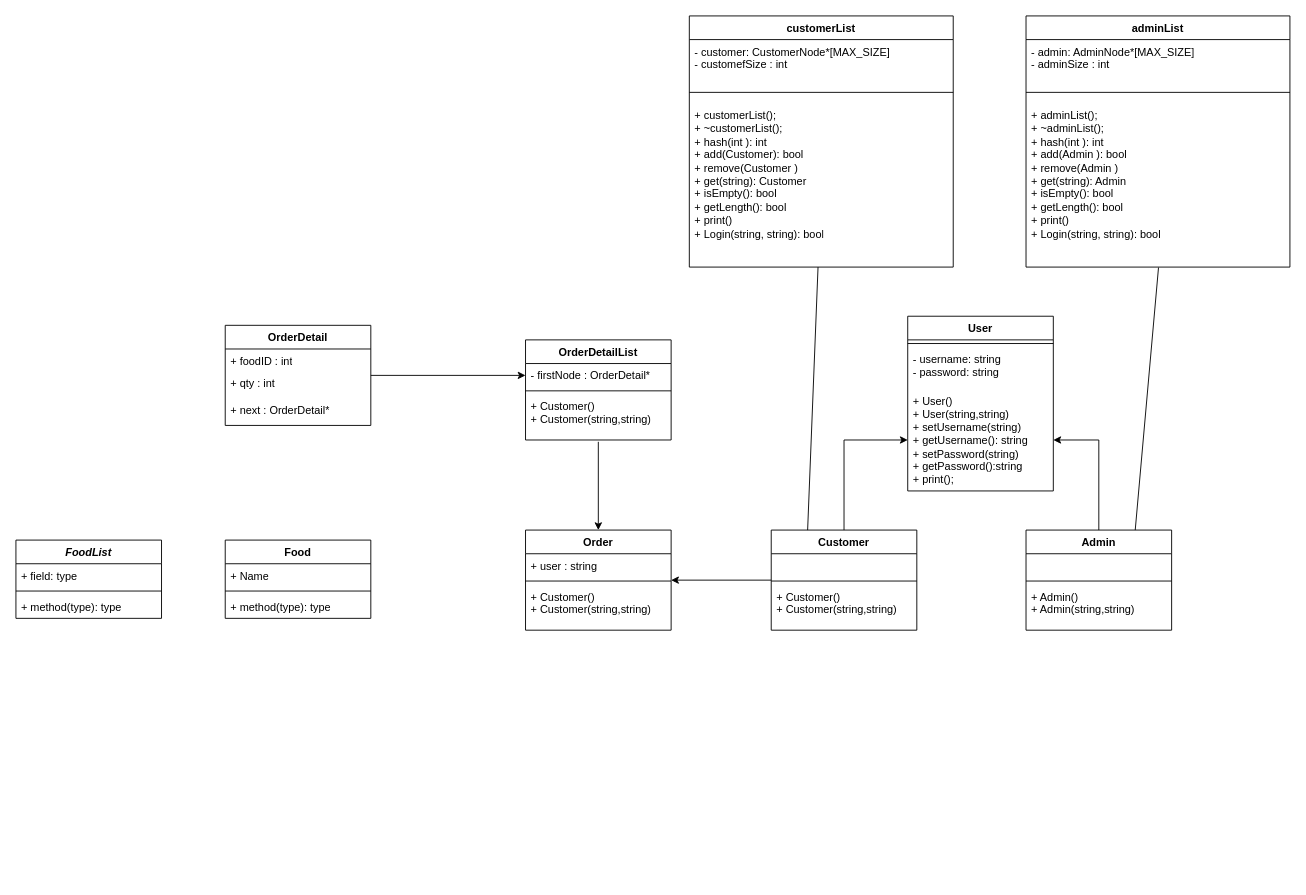
Before: Assginment.drawio in a1dss/DSA_Assignment, a draw.io diagram. Source tidied: cells renumbered, new cells numbered last; positions are measured from the earlier drawing's top-left corner, leaving out a move shared by most shapes. Both pictures are drawn from the tidied source at 91%, with x=0, y=0 at pixel (15, 15).
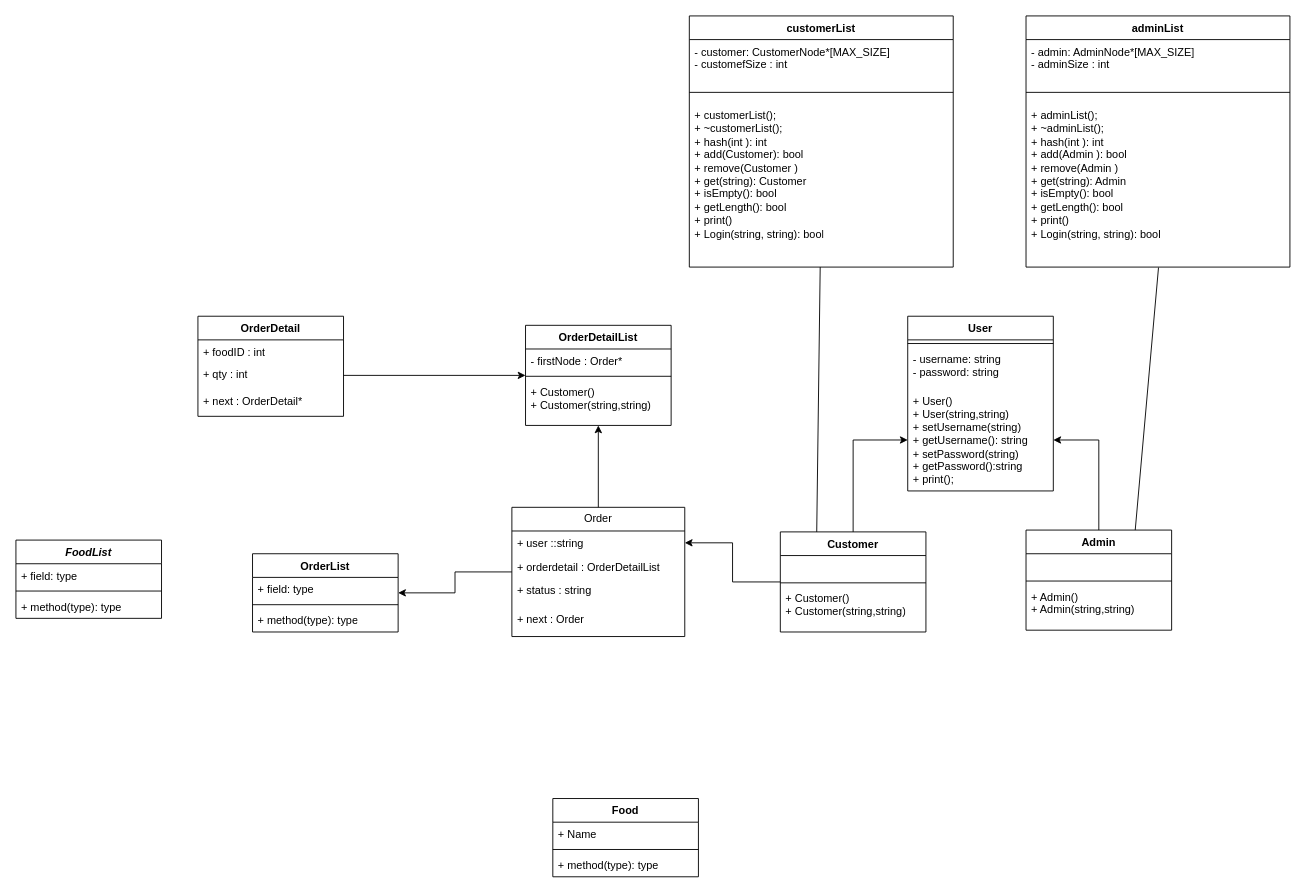
After the change.

The change refers to these unchanged cells:
```xml
<mxCell id="45" value="+ qty : int" style="text;strokeColor=none;fillColor=none;align=left;verticalAlign=top;spacingLeft=4;spacingRight=4;overflow=hidden;points=[[0,0.5],[1,0.5]];portConstraint=eastwest;whiteSpace=wrap;html=1;" parent="43" vertex="1">
  <mxGeometry y="50" width="160" height="30" as="geometry" />
</mxCell>
```

The edit, as a diff of the source:
```diff
@@
-    <mxCell id="6" style="edgeStyle=orthogonalEdgeStyle;rounded=0;jettySize=auto;html=1;" parent="1" edge="1" source="7" target="25">
-      <mxGeometry relative="1" as="geometry" />
-    </mxCell>
+    <mxCell id="49" style="edgeStyle=orthogonalEdgeStyle;rounded=0;jettySize=auto;html=1;" parent="1" edge="1" source="7" target="56">
+      <mxGeometry relative="1" as="geometry" />
+    </mxCell>
     <mxCell id="7" value="Customer" style="swimlane;fontStyle=1;align=center;verticalAlign=top;horizontal=1;startSize=26;whiteSpace=wrap;html=1;" parent="1" vertex="1">
-      <mxGeometry x="830" y="565" width="160" height="110" as="geometry" />
+      <mxGeometry x="840" y="567" width="160" height="110" as="geometry" />
     </mxCell>
@@
-    <mxCell id="25" value="Order" style="swimlane;fontStyle=1;align=center;verticalAlign=top;horizontal=1;startSize=26;whiteSpace=wrap;html=1;" parent="1" vertex="1">
-      <mxGeometry x="560" y="565" width="160" height="110" as="geometry" />
-    </mxCell>
-    <mxCell id="26" value="+ user : string" style="text;strokeColor=none;fillColor=none;align=left;verticalAlign=top;spacingLeft=4;spacingRight=4;overflow=hidden;whiteSpace=wrap;html=1;" parent="25" vertex="1">
-      <mxGeometry y="26" width="160" height="26" as="geometry" />
-    </mxCell>
-    <mxCell id="27" style="line;strokeWidth=1;fillColor=none;align=left;verticalAlign=middle;spacingTop=-1;spacingLeft=3;spacingRight=3;labelPosition=right;strokeColor=inherit;" parent="25" vertex="1">
-      <mxGeometry y="52" width="160" height="8" as="geometry" />
-    </mxCell>
-    <mxCell id="28" value="+ Customer()&lt;br style=&quot;border-color: var(--border-color);&quot;&gt;+ Customer(string,string)" style="text;strokeColor=none;fillColor=none;align=left;verticalAlign=top;spacingLeft=4;spacingRight=4;overflow=hidden;whiteSpace=wrap;html=1;" parent="25" vertex="1">
-      <mxGeometry y="60" width="160" height="50" as="geometry" />
-    </mxCell>
     <mxCell id="29" value="OrderDetailList" style="swimlane;fontStyle=1;align=center;verticalAlign=top;horizontal=1;startSize=26;whiteSpace=wrap;html=1;" parent="1" vertex="1">
-      <mxGeometry x="560" y="356" width="160" height="110" as="geometry" />
+      <mxGeometry x="560" y="340" width="160" height="110" as="geometry" />
     </mxCell>
-    <mxCell id="30" value="- firstNode : OrderDetail*" style="text;strokeColor=none;fillColor=none;align=left;verticalAlign=top;spacingLeft=4;spacingRight=4;overflow=hidden;points=[[0,0.5],[1,0.5]];portConstraint=eastwest;whiteSpace=wrap;html=1;" parent="29" vertex="1">
+    <mxCell id="30" value="- firstNode : Order*" style="text;strokeColor=none;fillColor=none;align=left;verticalAlign=top;spacingLeft=4;spacingRight=4;overflow=hidden;points=[[0,0.5],[1,0.5]];portConstraint=eastwest;whiteSpace=wrap;html=1;" parent="29" vertex="1">
       <mxGeometry y="26" width="160" height="26" as="geometry" />
     </mxCell>
@@
-    <mxCell id="33" style="edgeStyle=orthogonalEdgeStyle;rounded=0;jettySize=auto;html=1;" parent="1" edge="1" target="25">
-      <mxGeometry relative="1" as="geometry">
-        <mxPoint x="640" y="468" as="sourcePoint" />
-        <Array as="points">
-          <mxPoint x="640" y="468" />
-        </Array>
-      </mxGeometry>
-    </mxCell>
@@
     <mxCell id="38" value="Food" style="swimlane;fontStyle=1;align=center;verticalAlign=top;horizontal=1;startSize=26;whiteSpace=wrap;html=1;" parent="1" vertex="1">
-      <mxGeometry x="230" y="576" width="160" height="86" as="geometry" />
+      <mxGeometry x="590" y="860" width="160" height="86" as="geometry" />
     </mxCell>
@@
-    <mxCell id="42" style="edgeStyle=orthogonalEdgeStyle;rounded=0;jettySize=auto;html=1;entryX=0;entryY=0.5;entryDx=0;entryDy=0;" parent="1" edge="1" source="43" target="30">
-      <mxGeometry relative="1" as="geometry" />
-    </mxCell>
     <mxCell id="43" value="OrderDetail" style="swimlane;fontStyle=1;align=center;verticalAlign=top;horizontal=1;startSize=26;whiteSpace=wrap;html=1;" parent="1" vertex="1">
-      <mxGeometry x="230" y="340" width="160" height="110" as="geometry" />
+      <mxGeometry x="200" y="330" width="160" height="110" as="geometry" />
     </mxCell>
@@
+    <mxCell id="50" style="edgeStyle=orthogonalEdgeStyle;rounded=0;jettySize=auto;html=1;" parent="1" edge="1" source="45" target="29">
+      <mxGeometry relative="1" as="geometry" />
+    </mxCell>
@@
+    <mxCell id="51" value="OrderList" style="swimlane;fontStyle=1;align=center;verticalAlign=top;horizontal=1;startSize=26;whiteSpace=wrap;html=1;" parent="1" vertex="1">
+      <mxGeometry x="260" y="591" width="160" height="86" as="geometry" />
+    </mxCell>
+    <mxCell id="52" value="+ field: type" style="text;strokeColor=none;fillColor=none;align=left;verticalAlign=top;spacingLeft=4;spacingRight=4;overflow=hidden;whiteSpace=wrap;html=1;" parent="51" vertex="1">
+      <mxGeometry y="26" width="160" height="26" as="geometry" />
+    </mxCell>
+    <mxCell id="27" style="line;strokeWidth=1;fillColor=none;align=left;verticalAlign=middle;spacingTop=-1;spacingLeft=3;spacingRight=3;labelPosition=right;strokeColor=inherit;" parent="51" vertex="1">
+      <mxGeometry y="52" width="160" height="8" as="geometry" />
+    </mxCell>
+    <mxCell id="53" value="+ method(type): type" style="text;strokeColor=none;fillColor=none;align=left;verticalAlign=top;spacingLeft=4;spacingRight=4;overflow=hidden;whiteSpace=wrap;html=1;" parent="51" vertex="1">
+      <mxGeometry y="60" width="160" height="26" as="geometry" />
+    </mxCell>
@@
+    <mxCell id="54" style="edgeStyle=orthogonalEdgeStyle;rounded=0;jettySize=auto;html=1;" parent="1" edge="1" source="25" target="51">
+      <mxGeometry relative="1" as="geometry" />
+    </mxCell>
+    <mxCell id="55" style="edgeStyle=orthogonalEdgeStyle;rounded=0;jettySize=auto;html=1;" parent="1" edge="1" source="25" target="29">
+      <mxGeometry relative="1" as="geometry" />
+    </mxCell>
+    <mxCell id="25" value="Order" style="swimlane;fontStyle=0;horizontal=1;startSize=26;fillColor=none;whiteSpace=wrap;html=1;" parent="1" vertex="1">
+      <mxGeometry x="545" y="540" width="190" height="142" as="geometry" />
+    </mxCell>
+    <mxCell id="56" value="+ user ::string" style="text;strokeColor=none;fillColor=none;align=left;verticalAlign=top;spacingLeft=4;spacingRight=4;overflow=hidden;points=[[0,0.5],[1,0.5]];portConstraint=eastwest;whiteSpace=wrap;html=1;" parent="25" vertex="1">
+      <mxGeometry y="26" width="190" height="26" as="geometry" />
+    </mxCell>
+    <mxCell id="57" value="+ orderdetail : OrderDetailList" style="text;strokeColor=none;fillColor=none;align=left;verticalAlign=top;spacingLeft=4;spacingRight=4;overflow=hidden;whiteSpace=wrap;html=1;" parent="25" vertex="1">
+      <mxGeometry y="52" width="190" height="26" as="geometry" />
+    </mxCell>
+    <mxCell id="58" value="+ status : string" style="text;strokeColor=none;fillColor=none;align=left;verticalAlign=top;spacingLeft=4;spacingRight=4;overflow=hidden;whiteSpace=wrap;html=1;" parent="25" vertex="1">
+      <mxGeometry y="78" width="190" height="32" as="geometry" />
+    </mxCell>
+    <mxCell id="59" value="+ next : Order" style="text;strokeColor=none;fillColor=none;align=left;verticalAlign=top;spacingLeft=4;spacingRight=4;overflow=hidden;whiteSpace=wrap;html=1;" parent="25" vertex="1">
+      <mxGeometry y="110" width="190" height="32" as="geometry" />
+    </mxCell>
```
